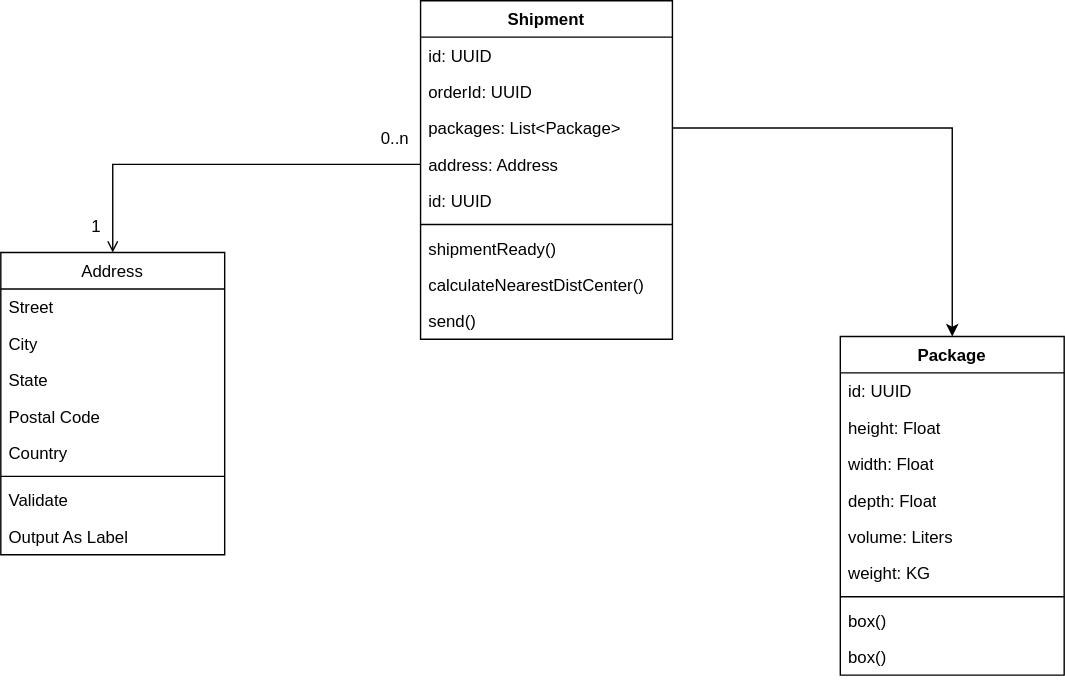
Before: shipping/ShipmentSchema.svg, a diagram exported from draw.io (eda-ecommerce/asyncapi). Source tidied: cells renumbered, new cells last; positions are measured from the earlier drawing's top-left corner, leaving out a move shared by most shapes.
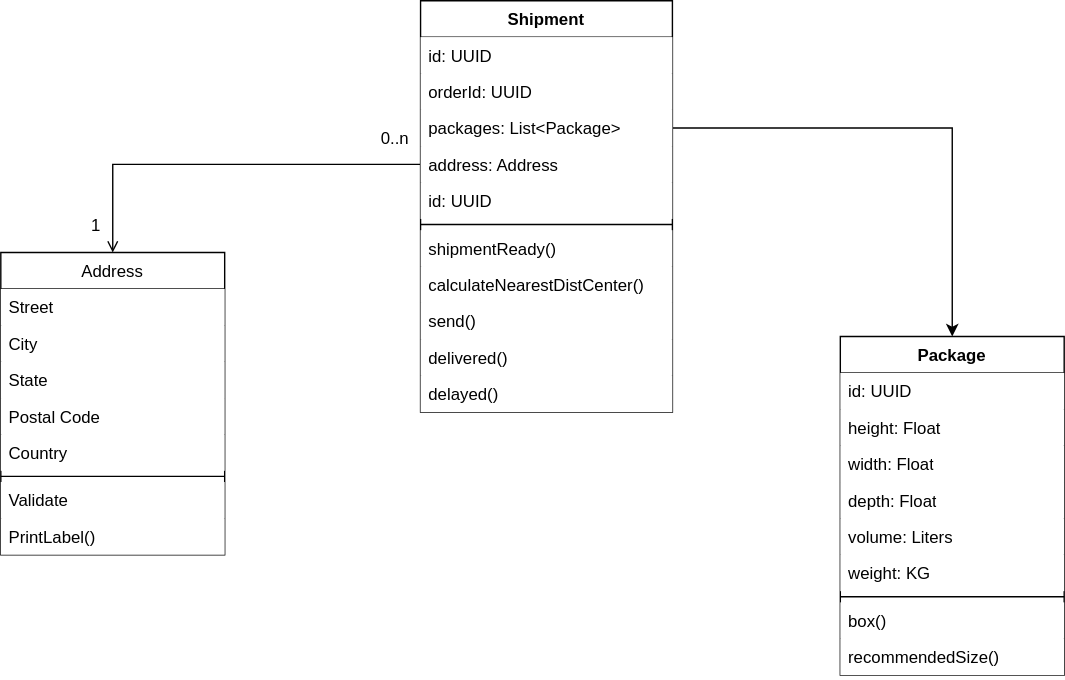
Later version of the same file.

Diff of the diagram source:
```diff
@@ -2,31 +2,31 @@
   <root>
     <mxCell id="0" />
     <mxCell id="1" parent="0" />
-    <mxCell id="2" value="Address" style="swimlane;fontStyle=0;align=center;verticalAlign=top;horizontal=1;startSize=26;rounded=0;shadow=0;strokeWidth=1;" parent="1" vertex="1">
+    <mxCell id="2" value="Address" style="swimlane;fontStyle=0;align=center;verticalAlign=top;horizontal=1;startSize=26;rounded=0;shadow=0;strokeWidth=1;fillStyle=solid;" parent="1" vertex="1">
       <mxGeometry y="180" width="160" height="216" as="geometry" />
     </mxCell>
-    <mxCell id="3" value="Street" style="text;align=left;verticalAlign=top;spacingLeft=4;spacingRight=4;overflow=hidden;" parent="2" vertex="1">
+    <mxCell id="3" value="Street" style="text;align=left;verticalAlign=top;spacingLeft=4;spacingRight=4;overflow=hidden;fillColor=default;" parent="2" vertex="1">
       <mxGeometry y="26" width="160" height="26" as="geometry" />
     </mxCell>
-    <mxCell id="4" value="City" style="text;align=left;verticalAlign=top;spacingLeft=4;spacingRight=4;overflow=hidden;rounded=0;shadow=0;html=0;" parent="2" vertex="1">
+    <mxCell id="4" value="City" style="text;align=left;verticalAlign=top;spacingLeft=4;spacingRight=4;overflow=hidden;rounded=0;shadow=0;html=0;fillColor=default;" parent="2" vertex="1">
       <mxGeometry y="52" width="160" height="26" as="geometry" />
     </mxCell>
-    <mxCell id="5" value="State" style="text;align=left;verticalAlign=top;spacingLeft=4;spacingRight=4;overflow=hidden;rounded=0;shadow=0;html=0;" parent="2" vertex="1">
+    <mxCell id="5" value="State" style="text;align=left;verticalAlign=top;spacingLeft=4;spacingRight=4;overflow=hidden;rounded=0;shadow=0;html=0;fillColor=default;" parent="2" vertex="1">
       <mxGeometry y="78" width="160" height="26" as="geometry" />
     </mxCell>
-    <mxCell id="6" value="Postal Code" style="text;align=left;verticalAlign=top;spacingLeft=4;spacingRight=4;overflow=hidden;rounded=0;shadow=0;html=0;" parent="2" vertex="1">
+    <mxCell id="6" value="Postal Code" style="text;align=left;verticalAlign=top;spacingLeft=4;spacingRight=4;overflow=hidden;rounded=0;shadow=0;html=0;fillColor=default;" parent="2" vertex="1">
       <mxGeometry y="104" width="160" height="26" as="geometry" />
     </mxCell>
-    <mxCell id="7" value="Country" style="text;align=left;verticalAlign=top;spacingLeft=4;spacingRight=4;overflow=hidden;rounded=0;shadow=0;html=0;" parent="2" vertex="1">
+    <mxCell id="7" value="Country" style="text;align=left;verticalAlign=top;spacingLeft=4;spacingRight=4;overflow=hidden;rounded=0;shadow=0;html=0;fillColor=default;" parent="2" vertex="1">
       <mxGeometry y="130" width="160" height="26" as="geometry" />
     </mxCell>
     <mxCell id="8" style="line;html=1;strokeWidth=1;align=left;verticalAlign=middle;spacingTop=-1;spacingLeft=3;spacingRight=3;labelPosition=right;" parent="2" vertex="1">
       <mxGeometry y="156" width="160" height="8" as="geometry" />
     </mxCell>
-    <mxCell id="9" value="Validate" style="text;align=left;verticalAlign=top;spacingLeft=4;spacingRight=4;overflow=hidden;" parent="2" vertex="1">
+    <mxCell id="9" value="Validate" style="text;align=left;verticalAlign=top;spacingLeft=4;spacingRight=4;overflow=hidden;fillColor=default;" parent="2" vertex="1">
       <mxGeometry y="164" width="160" height="26" as="geometry" />
     </mxCell>
-    <mxCell id="10" value="Output As Label" style="text;align=left;verticalAlign=top;spacingLeft=4;spacingRight=4;overflow=hidden;" parent="2" vertex="1">
+    <mxCell id="10" value="PrintLabel()" style="text;align=left;verticalAlign=top;spacingLeft=4;spacingRight=4;overflow=hidden;fillColor=default;" parent="2" vertex="1">
       <mxGeometry y="190" width="160" height="26" as="geometry" />
     </mxCell>
     <mxCell id="11" style="endArrow=open;shadow=0;strokeWidth=1;rounded=0;endFill=1;elbow=vertical;exitX=0;exitY=0.5;exitDx=0;exitDy=0;entryX=0.5;entryY=0;entryDx=0;entryDy=0;edgeStyle=orthogonalEdgeStyle;" parent="1" edge="1" source="29" target="2">
@@ -50,62 +50,68 @@
     <mxCell id="15" value="Package" style="swimlane;fontStyle=1;align=center;verticalAlign=top;horizontal=1;startSize=26;whiteSpace=wrap;html=1;" parent="1" vertex="1">
       <mxGeometry x="600" y="240" width="160" height="242" as="geometry" />
     </mxCell>
-    <mxCell id="16" value="id: UUID" style="text;strokeColor=none;fillColor=none;align=left;verticalAlign=top;spacingLeft=4;spacingRight=4;overflow=hidden;whiteSpace=wrap;html=1;" parent="15" vertex="1">
+    <mxCell id="16" value="id: UUID" style="text;strokeColor=none;fillColor=default;align=left;verticalAlign=top;spacingLeft=4;spacingRight=4;overflow=hidden;whiteSpace=wrap;html=1;" parent="15" vertex="1">
       <mxGeometry y="26" width="160" height="26" as="geometry" />
     </mxCell>
-    <mxCell id="17" value="height: Float" style="text;strokeColor=none;fillColor=none;align=left;verticalAlign=top;spacingLeft=4;spacingRight=4;overflow=hidden;whiteSpace=wrap;html=1;" parent="15" vertex="1">
+    <mxCell id="17" value="height: Float" style="text;strokeColor=none;fillColor=default;align=left;verticalAlign=top;spacingLeft=4;spacingRight=4;overflow=hidden;whiteSpace=wrap;html=1;" parent="15" vertex="1">
       <mxGeometry y="52" width="160" height="26" as="geometry" />
     </mxCell>
-    <mxCell id="18" value="width: Float" style="text;strokeColor=none;fillColor=none;align=left;verticalAlign=top;spacingLeft=4;spacingRight=4;overflow=hidden;whiteSpace=wrap;html=1;" parent="15" vertex="1">
+    <mxCell id="18" value="width: Float" style="text;strokeColor=none;fillColor=default;align=left;verticalAlign=top;spacingLeft=4;spacingRight=4;overflow=hidden;whiteSpace=wrap;html=1;" parent="15" vertex="1">
       <mxGeometry y="78" width="160" height="26" as="geometry" />
     </mxCell>
-    <mxCell id="19" value="depth: Float" style="text;strokeColor=none;fillColor=none;align=left;verticalAlign=top;spacingLeft=4;spacingRight=4;overflow=hidden;whiteSpace=wrap;html=1;" parent="15" vertex="1">
+    <mxCell id="19" value="depth: Float" style="text;strokeColor=none;fillColor=default;align=left;verticalAlign=top;spacingLeft=4;spacingRight=4;overflow=hidden;whiteSpace=wrap;html=1;" parent="15" vertex="1">
       <mxGeometry y="104" width="160" height="26" as="geometry" />
     </mxCell>
-    <mxCell id="20" value="volume: Liters" style="text;strokeColor=none;fillColor=none;align=left;verticalAlign=top;spacingLeft=4;spacingRight=4;overflow=hidden;whiteSpace=wrap;html=1;" parent="15" vertex="1">
+    <mxCell id="20" value="volume: Liters" style="text;strokeColor=none;fillColor=default;align=left;verticalAlign=top;spacingLeft=4;spacingRight=4;overflow=hidden;whiteSpace=wrap;html=1;" parent="15" vertex="1">
       <mxGeometry y="130" width="160" height="26" as="geometry" />
     </mxCell>
-    <mxCell id="21" value="weight: KG" style="text;strokeColor=none;fillColor=none;align=left;verticalAlign=top;spacingLeft=4;spacingRight=4;overflow=hidden;whiteSpace=wrap;html=1;" parent="15" vertex="1">
+    <mxCell id="21" value="weight: KG" style="text;strokeColor=none;fillColor=default;align=left;verticalAlign=top;spacingLeft=4;spacingRight=4;overflow=hidden;whiteSpace=wrap;html=1;" parent="15" vertex="1">
       <mxGeometry y="156" width="160" height="26" as="geometry" />
     </mxCell>
-    <mxCell id="22" style="line;strokeWidth=1;fillColor=none;align=left;verticalAlign=middle;spacingTop=-1;spacingLeft=3;spacingRight=3;labelPosition=right;strokeColor=inherit;" parent="15" vertex="1">
+    <mxCell id="22" style="line;strokeWidth=1;fillColor=default;align=left;verticalAlign=middle;spacingTop=-1;spacingLeft=3;spacingRight=3;labelPosition=right;strokeColor=inherit;" parent="15" vertex="1">
       <mxGeometry y="182" width="160" height="8" as="geometry" />
     </mxCell>
-    <mxCell id="23" value="box()" style="text;strokeColor=none;fillColor=none;align=left;verticalAlign=top;spacingLeft=4;spacingRight=4;overflow=hidden;whiteSpace=wrap;html=1;" parent="15" vertex="1">
+    <mxCell id="23" value="box()" style="text;strokeColor=none;fillColor=default;align=left;verticalAlign=top;spacingLeft=4;spacingRight=4;overflow=hidden;whiteSpace=wrap;html=1;" parent="15" vertex="1">
       <mxGeometry y="190" width="160" height="26" as="geometry" />
     </mxCell>
-    <mxCell id="24" value="box()" style="text;strokeColor=none;fillColor=none;align=left;verticalAlign=top;spacingLeft=4;spacingRight=4;overflow=hidden;whiteSpace=wrap;html=1;" parent="15" vertex="1">
-      <mxGeometry y="216" width="160" height="26" as="geometry" />
-    </mxCell>
+    <mxCell id="35" value="recommendedSize()" style="text;strokeColor=none;fillColor=default;align=left;verticalAlign=top;spacingLeft=4;spacingRight=4;overflow=hidden;whiteSpace=wrap;html=1;" parent="15" vertex="1">
+      <mxGeometry y="216" width="160" height="26" as="geometry" />
+    </mxCell>
     <mxCell id="25" value="Shipment" style="swimlane;fontStyle=1;align=center;verticalAlign=top;horizontal=1;startSize=26;whiteSpace=wrap;html=1;" parent="1" vertex="1">
-      <mxGeometry x="300" width="180" height="242" as="geometry" />
+      <mxGeometry x="300" width="180" height="294" as="geometry" />
     </mxCell>
-    <mxCell id="26" value="id: UUID" style="text;strokeColor=none;fillColor=none;align=left;verticalAlign=top;spacingLeft=4;spacingRight=4;overflow=hidden;whiteSpace=wrap;html=1;" parent="25" vertex="1">
+    <mxCell id="26" value="id: UUID" style="text;strokeColor=none;fillColor=default;align=left;verticalAlign=top;spacingLeft=4;spacingRight=4;overflow=hidden;whiteSpace=wrap;html=1;" parent="25" vertex="1">
       <mxGeometry y="26" width="180" height="26" as="geometry" />
     </mxCell>
-    <mxCell id="27" value="&lt;div&gt;orderId: UUID&lt;br&gt;&lt;/div&gt;" style="text;strokeColor=none;fillColor=none;align=left;verticalAlign=top;spacingLeft=4;spacingRight=4;overflow=hidden;whiteSpace=wrap;html=1;" parent="25" vertex="1">
+    <mxCell id="27" value="&lt;div&gt;orderId: UUID&lt;br&gt;&lt;/div&gt;" style="text;strokeColor=none;fillColor=default;align=left;verticalAlign=top;spacingLeft=4;spacingRight=4;overflow=hidden;whiteSpace=wrap;html=1;" parent="25" vertex="1">
       <mxGeometry y="52" width="180" height="26" as="geometry" />
     </mxCell>
-    <mxCell id="28" value="packages: List&amp;lt;Package&amp;gt;" style="text;strokeColor=none;fillColor=none;align=left;verticalAlign=top;spacingLeft=4;spacingRight=4;overflow=hidden;points=[[0,0.5],[1,0.5]];portConstraint=eastwest;whiteSpace=wrap;html=1;" parent="25" vertex="1">
+    <mxCell id="28" value="packages: List&amp;lt;Package&amp;gt;" style="text;strokeColor=none;fillColor=default;align=left;verticalAlign=top;spacingLeft=4;spacingRight=4;overflow=hidden;points=[[0,0.5],[1,0.5]];portConstraint=eastwest;whiteSpace=wrap;html=1;" parent="25" vertex="1">
       <mxGeometry y="78" width="180" height="26" as="geometry" />
     </mxCell>
-    <mxCell id="29" value="address: Address" style="text;strokeColor=none;fillColor=none;align=left;verticalAlign=top;spacingLeft=4;spacingRight=4;overflow=hidden;points=[[0,0.5],[1,0.5]];portConstraint=eastwest;whiteSpace=wrap;html=1;" parent="25" vertex="1">
+    <mxCell id="29" value="address: Address" style="text;strokeColor=none;fillColor=default;align=left;verticalAlign=top;spacingLeft=4;spacingRight=4;overflow=hidden;points=[[0,0.5],[1,0.5]];portConstraint=eastwest;whiteSpace=wrap;html=1;" parent="25" vertex="1">
       <mxGeometry y="104" width="180" height="26" as="geometry" />
     </mxCell>
-    <mxCell id="30" value="id: UUID" style="text;strokeColor=none;fillColor=none;align=left;verticalAlign=top;spacingLeft=4;spacingRight=4;overflow=hidden;whiteSpace=wrap;html=1;" parent="25" vertex="1">
+    <mxCell id="30" value="id: UUID" style="text;strokeColor=none;fillColor=default;align=left;verticalAlign=top;spacingLeft=4;spacingRight=4;overflow=hidden;whiteSpace=wrap;html=1;" parent="25" vertex="1">
       <mxGeometry y="130" width="180" height="26" as="geometry" />
     </mxCell>
     <mxCell id="31" style="line;strokeWidth=1;fillColor=none;align=left;verticalAlign=middle;spacingTop=-1;spacingLeft=3;spacingRight=3;labelPosition=right;strokeColor=inherit;" parent="25" vertex="1">
       <mxGeometry y="156" width="180" height="8" as="geometry" />
     </mxCell>
-    <mxCell id="32" value="shipmentReady()" style="text;strokeColor=none;fillColor=none;align=left;verticalAlign=top;spacingLeft=4;spacingRight=4;overflow=hidden;whiteSpace=wrap;html=1;" parent="25" vertex="1">
+    <mxCell id="32" value="shipmentReady()" style="text;strokeColor=none;fillColor=default;align=left;verticalAlign=top;spacingLeft=4;spacingRight=4;overflow=hidden;whiteSpace=wrap;html=1;" parent="25" vertex="1">
       <mxGeometry y="164" width="180" height="26" as="geometry" />
     </mxCell>
-    <mxCell id="33" value="calculateNearestDistCenter()" style="text;strokeColor=none;fillColor=none;align=left;verticalAlign=top;spacingLeft=4;spacingRight=4;overflow=hidden;whiteSpace=wrap;html=1;" parent="25" vertex="1">
+    <mxCell id="33" value="calculateNearestDistCenter()" style="text;strokeColor=none;fillColor=default;align=left;verticalAlign=top;spacingLeft=4;spacingRight=4;overflow=hidden;whiteSpace=wrap;html=1;" parent="25" vertex="1">
       <mxGeometry y="190" width="180" height="26" as="geometry" />
     </mxCell>
-    <mxCell id="34" value="send()" style="text;strokeColor=none;fillColor=none;align=left;verticalAlign=top;spacingLeft=4;spacingRight=4;overflow=hidden;whiteSpace=wrap;html=1;" parent="25" vertex="1">
+    <mxCell id="34" value="send()" style="text;strokeColor=none;fillColor=default;align=left;verticalAlign=top;spacingLeft=4;spacingRight=4;overflow=hidden;whiteSpace=wrap;html=1;" parent="25" vertex="1">
       <mxGeometry y="216" width="180" height="26" as="geometry" />
     </mxCell>
+    <mxCell id="36" value="delivered()" style="text;strokeColor=none;fillColor=default;align=left;verticalAlign=top;spacingLeft=4;spacingRight=4;overflow=hidden;whiteSpace=wrap;html=1;" parent="25" vertex="1">
+      <mxGeometry y="242" width="180" height="26" as="geometry" />
+    </mxCell>
+    <mxCell id="37" value="delayed()" style="text;strokeColor=none;fillColor=default;align=left;verticalAlign=top;spacingLeft=4;spacingRight=4;overflow=hidden;whiteSpace=wrap;html=1;" parent="25" vertex="1">
+      <mxGeometry y="268" width="180" height="26" as="geometry" />
+    </mxCell>
   </root>
 </mxGraphModel>
```
